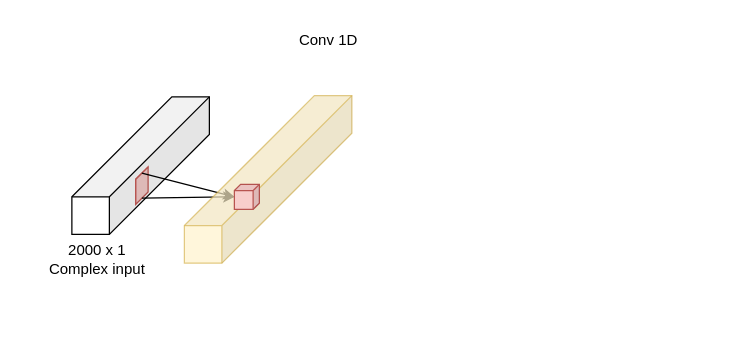
Earlier version of the draw.io diagram Examples/img/CVNN.drawio (mkashani-phd/BLEWBAN_Dataset). Source tidied: cells renumbered, new cells numbered last; positions are measured from the earlier drawing's top-left corner, leaving out a move shared by most shapes. Both pictures are drawn from the tidied source at 125%, with x=0, y=0 at pixel (34, 21).
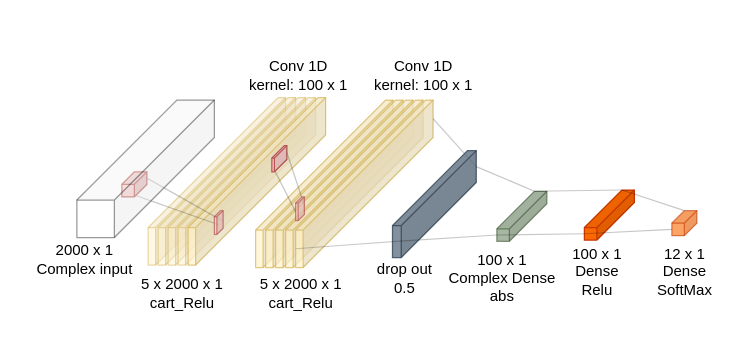
The same diagram, later.

The edit, as a diff of the source:
```diff
@@
-    <mxCell id="2" style="shape=cube;whiteSpace=wrap;html=1;boundedLbl=1;backgroundOutline=1;darkOpacity=0.05;darkOpacity2=0.1;size=80;rotation=0;flipV=0;flipH=1;" parent="1" vertex="1">
-      <mxGeometry x="30" y="60" width="110" height="110" as="geometry" />
-    </mxCell>
     <mxCell id="3" value="2000 x 1&lt;br&gt;Complex input" style="text;html=1;align=center;verticalAlign=middle;strokeColor=none;fillColor=none;" parent="1" vertex="1">
-      <mxGeometry y="170" width="100" height="40" as="geometry" />
+      <mxGeometry x="-10" y="170" width="100" height="40" as="geometry" />
     </mxCell>
-    <mxCell id="4" style="shape=cube;whiteSpace=wrap;html=1;boundedLbl=1;backgroundOutline=1;darkOpacity=0.05;darkOpacity2=0.1;size=10;rotation=0;flipV=0;flipH=1;fillColor=#f8cecc;strokeColor=#b85450;" parent="1" vertex="1">
-      <mxGeometry x="81" y="116" width="10" height="30" as="geometry" />
-    </mxCell>
-    <mxCell id="5" value="Conv 1D" style="text;html=1;align=center;verticalAlign=middle;strokeColor=none;fillColor=none;" parent="1" vertex="1">
-      <mxGeometry x="200" width="70" height="30" as="geometry" />
+    <mxCell id="5" value="Conv 1D&lt;br&gt;kernel: 100 x 1&lt;br&gt;" style="text;html=1;align=center;verticalAlign=middle;strokeColor=none;fillColor=none;" parent="1" vertex="1">
+      <mxGeometry x="161" y="22.5" width="100" height="40" as="geometry" />
     </mxCell>
-    <mxCell id="6" style="edgeStyle=none;rounded=0;jettySize=auto;html=1;exitX=0;exitY=0;exitDx=5;exitDy=5;exitPerimeter=0;" parent="1" edge="1" source="4">
-      <mxGeometry relative="1" as="geometry">
-        <mxPoint x="160" y="140" as="targetPoint" />
-      </mxGeometry>
-    </mxCell>
-    <mxCell id="7" style="edgeStyle=none;rounded=0;orthogonalLoop=1;jettySize=auto;html=1;exitX=0;exitY=0;exitDx=5;exitDy=25;exitPerimeter=0;" parent="1" edge="1">
-      <mxGeometry relative="1" as="geometry">
-        <mxPoint x="86" y="141" as="sourcePoint" />
-        <mxPoint x="160" y="140" as="targetPoint" />
-      </mxGeometry>
-    </mxCell>
-    <mxCell id="8" style="shape=cube;whiteSpace=wrap;html=1;boundedLbl=1;backgroundOutline=1;darkOpacity=0.05;darkOpacity2=0.1;size=104;rotation=0;flipV=0;flipH=1;fillColor=#fff2cc;strokeColor=#d6b656;opacity=70;" parent="1" vertex="1">
-      <mxGeometry x="120" y="59" width="134" height="134" as="geometry" />
+    <mxCell id="8" style="shape=cube;whiteSpace=wrap;html=1;boundedLbl=1;backgroundOutline=1;darkOpacity=0.05;darkOpacity2=0.1;size=104;rotation=0;flipV=0;flipH=1;fillColor=#fff2cc;strokeColor=#d6b656;opacity=50;" parent="1" vertex="1">
+      <mxGeometry x="91" y="60.5" width="110" height="134" as="geometry" />
     </mxCell>
-    <mxCell id="9" style="shape=cube;whiteSpace=wrap;html=1;boundedLbl=1;backgroundOutline=1;darkOpacity=0.05;darkOpacity2=0.1;size=5;rotation=0;flipV=0;flipH=1;fillColor=#f8cecc;strokeColor=#b85450;" parent="1" vertex="1">
-      <mxGeometry x="160" y="130" width="20" height="20" as="geometry" />
-    </mxCell>
+    <mxCell id="10" style="shape=cube;whiteSpace=wrap;html=1;boundedLbl=1;backgroundOutline=1;darkOpacity=0.05;darkOpacity2=0.1;size=104;rotation=0;flipV=0;flipH=1;fillColor=#fff2cc;strokeColor=#d6b656;opacity=50;" parent="1" vertex="1">
+      <mxGeometry x="99" y="60.5" width="110" height="134" as="geometry" />
+    </mxCell>
+    <mxCell id="11" style="shape=cube;whiteSpace=wrap;html=1;boundedLbl=1;backgroundOutline=1;darkOpacity=0.05;darkOpacity2=0.1;size=104;rotation=0;flipV=0;flipH=1;fillColor=#fff2cc;strokeColor=#d6b656;opacity=50;" parent="1" vertex="1">
+      <mxGeometry x="107" y="60.5" width="110" height="134" as="geometry" />
+    </mxCell>
+    <mxCell id="12" style="shape=cube;whiteSpace=wrap;html=1;boundedLbl=1;backgroundOutline=1;darkOpacity=0.05;darkOpacity2=0.1;size=104;rotation=0;flipV=0;flipH=1;fillColor=#fff2cc;strokeColor=#d6b656;opacity=50;" parent="1" vertex="1">
+      <mxGeometry x="115" y="60.5" width="110" height="134" as="geometry" />
+    </mxCell>
+    <mxCell id="13" style="shape=cube;whiteSpace=wrap;html=1;boundedLbl=1;backgroundOutline=1;darkOpacity=0.05;darkOpacity2=0.1;size=104;rotation=0;flipV=0;flipH=1;fillColor=#fff2cc;strokeColor=#d6b656;opacity=70;" parent="1" vertex="1">
+      <mxGeometry x="123" y="60.5" width="110" height="134" as="geometry" />
+    </mxCell>
+    <mxCell id="14" style="edgeStyle=none;rounded=0;jettySize=auto;html=1;entryX=0;entryY=0;entryDx=0;entryDy=8.5;entryPerimeter=0;endArrow=none;endFill=0;exitX=0;exitY=0;exitDx=0;exitDy=5;exitPerimeter=0;opacity=22;" parent="1" edge="1" target="16">
+      <mxGeometry relative="1" as="geometry">
+        <mxPoint x="90" y="125" as="sourcePoint" />
+      </mxGeometry>
+    </mxCell>
+    <mxCell id="15" style="rounded=0;jettySize=auto;html=1;exitX=0;exitY=0;exitDx=20;exitDy=15;exitPerimeter=0;entryX=0;entryY=0;entryDx=3;entryDy=11.5;entryPerimeter=0;endArrow=none;endFill=0;opacity=22;" parent="1" edge="1" target="16">
+      <mxGeometry relative="1" as="geometry">
+        <mxPoint x="70" y="135" as="sourcePoint" />
+      </mxGeometry>
+    </mxCell>
+    <mxCell id="16" style="shape=cube;whiteSpace=wrap;html=1;boundedLbl=1;backgroundOutline=1;darkOpacity=0.05;darkOpacity2=0.1;size=5;rotation=0;flipV=0;flipH=1;fillColor=#f8cecc;strokeColor=#b85450;opacity=70;" parent="1" vertex="1">
+      <mxGeometry x="144" y="151" width="7" height="19" as="geometry" />
+    </mxCell>
+    <mxCell id="17" value="5 x 2000 x 1&lt;br&gt;cart_Relu" style="text;html=1;align=center;verticalAlign=middle;strokeColor=none;fillColor=none;" parent="1" vertex="1">
+      <mxGeometry x="73" y="196.5" width="90" height="40" as="geometry" />
+    </mxCell>
+    <mxCell id="18" value="Conv 1D&lt;br&gt;kernel: 100 x 1" style="text;html=1;align=center;verticalAlign=middle;strokeColor=none;fillColor=none;" parent="1" vertex="1">
+      <mxGeometry x="261" y="22.5" width="100" height="40" as="geometry" />
+    </mxCell>
+    <mxCell id="19" style="shape=cube;whiteSpace=wrap;html=1;boundedLbl=1;backgroundOutline=1;darkOpacity=0.05;darkOpacity2=0.1;size=104;rotation=0;flipV=0;flipH=1;fillColor=#fff2cc;strokeColor=#d6b656;opacity=70;" parent="1" vertex="1">
+      <mxGeometry x="177" y="62.5" width="110" height="134" as="geometry" />
+    </mxCell>
+    <mxCell id="20" style="shape=cube;whiteSpace=wrap;html=1;boundedLbl=1;backgroundOutline=1;darkOpacity=0.05;darkOpacity2=0.1;size=104;rotation=0;flipV=0;flipH=1;fillColor=#fff2cc;strokeColor=#d6b656;opacity=70;" parent="1" vertex="1">
+      <mxGeometry x="185" y="62.5" width="110" height="134" as="geometry" />
+    </mxCell>
+    <mxCell id="21" style="shape=cube;whiteSpace=wrap;html=1;boundedLbl=1;backgroundOutline=1;darkOpacity=0.05;darkOpacity2=0.1;size=104;rotation=0;flipV=0;flipH=1;fillColor=#fff2cc;strokeColor=#d6b656;opacity=70;" parent="1" vertex="1">
+      <mxGeometry x="193" y="62.5" width="110" height="134" as="geometry" />
+    </mxCell>
+    <mxCell id="22" style="shape=cube;whiteSpace=wrap;html=1;boundedLbl=1;backgroundOutline=1;darkOpacity=0.05;darkOpacity2=0.1;size=104;rotation=0;flipV=0;flipH=1;fillColor=#fff2cc;strokeColor=#d6b656;opacity=70;" parent="1" vertex="1">
+      <mxGeometry x="201" y="62.5" width="110" height="134" as="geometry" />
+    </mxCell>
+    <mxCell id="23" style="shape=cube;whiteSpace=wrap;html=1;boundedLbl=1;backgroundOutline=1;darkOpacity=0.05;darkOpacity2=0.1;size=104;rotation=0;flipV=0;flipH=1;fillColor=#fff2cc;strokeColor=#d6b656;opacity=70;" parent="1" vertex="1">
+      <mxGeometry x="209" y="62.5" width="110" height="134" as="geometry" />
+    </mxCell>
+    <mxCell id="24" style="rounded=0;jettySize=auto;html=1;exitX=0;exitY=0;exitDx=12;exitDy=15.5;exitPerimeter=0;entryX=0;entryY=0;entryDx=7;entryDy=12;entryPerimeter=0;endArrow=none;endFill=0;opacity=22;" parent="1" edge="1" source="27" target="28">
+      <mxGeometry relative="1" as="geometry" />
+    </mxCell>
+    <mxCell id="25" style="edgeStyle=none;rounded=0;jettySize=auto;html=1;exitX=0;exitY=0;exitDx=0;exitDy=5.5;exitPerimeter=0;entryX=0;entryY=0;entryDx=0;entryDy=7;entryPerimeter=0;endArrow=none;endFill=0;opacity=22;" parent="1" edge="1" source="27" target="28">
+      <mxGeometry relative="1" as="geometry" />
+    </mxCell>
+    <mxCell id="26" value="5 x 2000 x 1&lt;br&gt;cart_Relu" style="text;html=1;align=center;verticalAlign=middle;strokeColor=none;fillColor=none;" parent="1" vertex="1">
+      <mxGeometry x="167.5" y="196.5" width="90" height="40" as="geometry" />
+    </mxCell>
+    <mxCell id="27" style="shape=cube;whiteSpace=wrap;html=1;boundedLbl=1;backgroundOutline=1;darkOpacity=0.05;darkOpacity2=0.1;size=10;rotation=0;flipV=0;flipH=1;fillColor=#f8cecc;strokeColor=#b85450;" parent="1" vertex="1">
+      <mxGeometry x="190" y="99" width="12" height="21" as="geometry" />
+    </mxCell>
+    <mxCell id="28" style="shape=cube;whiteSpace=wrap;html=1;boundedLbl=1;backgroundOutline=1;darkOpacity=0.05;darkOpacity2=0.1;size=5;rotation=0;flipV=0;flipH=1;fillColor=#f8cecc;strokeColor=#b85450;opacity=70;" parent="1" vertex="1">
+      <mxGeometry x="209" y="140" width="7" height="19" as="geometry" />
+    </mxCell>
+    <mxCell id="29" value="drop out&lt;br&gt;0.5" style="text;html=1;align=center;verticalAlign=middle;strokeColor=none;fillColor=none;" parent="1" vertex="1">
+      <mxGeometry x="261" y="184.5" width="70" height="40" as="geometry" />
+    </mxCell>
+    <mxCell id="30" style="edgeStyle=none;rounded=0;jettySize=auto;html=1;exitX=0;exitY=0;exitDx=0;exitDy=15;exitPerimeter=0;entryX=0;entryY=0;entryDx=0;entryDy=12.75;entryPerimeter=0;endArrow=none;endFill=0;opacity=20;" parent="1" edge="1" source="23" target="32">
+      <mxGeometry relative="1" as="geometry" />
+    </mxCell>
+    <mxCell id="31" style="edgeStyle=none;rounded=0;jettySize=auto;html=1;exitX=0;exitY=0;exitDx=110;exitDy=119;exitPerimeter=0;entryX=0;entryY=0;entryDx=67;entryDy=72.75;entryPerimeter=0;endArrow=none;endFill=0;opacity=20;" parent="1" edge="1" source="23" target="32">
+      <mxGeometry relative="1" as="geometry" />
+    </mxCell>
+    <mxCell id="32" value="&amp;nbsp;" style="shape=cube;whiteSpace=wrap;html=1;boundedLbl=1;backgroundOutline=1;darkOpacity=0.05;darkOpacity2=0.1;size=60;rotation=0;flipV=0;flipH=1;fillColor=#647687;strokeColor=#314354;fontColor=#ffffff;opacity=80;" parent="1" vertex="1">
+      <mxGeometry x="286.5" y="103" width="67" height="85.5" as="geometry" />
+    </mxCell>
+    <mxCell id="33" style="shape=cube;whiteSpace=wrap;html=1;boundedLbl=1;backgroundOutline=1;darkOpacity=0.05;darkOpacity2=0.1;size=30;rotation=0;flipV=0;flipH=1;opacity=60;fillColor=#6d8764;fontColor=#ffffff;strokeColor=#3A5431;" parent="1" vertex="1">
+      <mxGeometry x="370" y="135.5" width="40" height="40" as="geometry" />
+    </mxCell>
+    <mxCell id="34" style="shape=cube;whiteSpace=wrap;html=1;boundedLbl=1;backgroundOutline=1;darkOpacity=0.05;darkOpacity2=0.1;size=10;rotation=0;flipV=0;flipH=1;fillColor=#f8cecc;strokeColor=#b85450;opacity=95;" parent="1" vertex="1">
+      <mxGeometry x="70" y="120" width="20" height="20" as="geometry" />
+    </mxCell>
+    <mxCell id="35" style="shape=cube;whiteSpace=wrap;html=1;boundedLbl=1;backgroundOutline=1;darkOpacity=0.05;darkOpacity2=0.1;size=80;rotation=0;flipV=0;flipH=1;opacity=40;" parent="1" vertex="1">
+      <mxGeometry x="34" y="62.5" width="110" height="110" as="geometry" />
+    </mxCell>
+    <mxCell id="36" style="edgeStyle=none;rounded=0;jettySize=auto;html=1;exitX=0;exitY=0;exitDx=0;exitDy=12.75;exitPerimeter=0;entryX=0;entryY=0;entryDx=10;entryDy=0;entryPerimeter=0;endArrow=none;endFill=0;opacity=22;" parent="1" edge="1" source="32" target="33">
+      <mxGeometry relative="1" as="geometry" />
+    </mxCell>
+    <mxCell id="37" style="edgeStyle=none;rounded=0;jettySize=auto;html=1;exitX=0;exitY=0;exitDx=67;exitDy=72.75;exitPerimeter=0;entryX=0;entryY=0;entryDx=40;entryDy=35;entryPerimeter=0;endArrow=none;endFill=0;opacity=22;" parent="1" edge="1" source="32" target="33">
+      <mxGeometry relative="1" as="geometry" />
+    </mxCell>
+    <mxCell id="38" value="100 x 1&lt;br&gt;Complex Dense&lt;br&gt;abs" style="text;html=1;align=center;verticalAlign=middle;strokeColor=none;fillColor=none;" parent="1" vertex="1">
+      <mxGeometry x="319" y="174.5" width="110" height="60" as="geometry" />
+    </mxCell>
+    <mxCell id="39" value="100 x 1&lt;br&gt;Dense&lt;br&gt;Relu" style="text;html=1;align=center;verticalAlign=middle;strokeColor=none;fillColor=none;" parent="1" vertex="1">
+      <mxGeometry x="420" y="170" width="60" height="60" as="geometry" />
+    </mxCell>
+    <mxCell id="40" style="shape=cube;whiteSpace=wrap;html=1;boundedLbl=1;backgroundOutline=1;darkOpacity=0.05;darkOpacity2=0.1;size=10;rotation=0;flipV=0;flipH=1;opacity=60;fillColor=#fa6800;fontColor=#000000;strokeColor=#C73500;" parent="1" vertex="1">
+      <mxGeometry x="510" y="151" width="20" height="20" as="geometry" />
+    </mxCell>
+    <mxCell id="41" style="edgeStyle=none;rounded=0;jettySize=auto;html=1;exitX=0;exitY=0;exitDx=10;exitDy=0;exitPerimeter=0;entryX=0;entryY=0;entryDx=10;entryDy=0;entryPerimeter=0;endArrow=none;endFill=0;opacity=22;" parent="1" edge="1" source="33" target="42">
+      <mxGeometry relative="1" as="geometry" />
+    </mxCell>
+    <mxCell id="42" style="shape=cube;whiteSpace=wrap;html=1;boundedLbl=1;backgroundOutline=1;darkOpacity=0.05;darkOpacity2=0.1;size=30;rotation=0;flipV=0;flipH=1;fillColor=#fa6800;fontColor=#000000;strokeColor=#C73500;" parent="1" vertex="1">
+      <mxGeometry x="440" y="134.5" width="40" height="40" as="geometry" />
+    </mxCell>
+    <mxCell id="43" style="edgeStyle=none;rounded=0;jettySize=auto;html=1;exitX=0;exitY=0;exitDx=40;exitDy=35;exitPerimeter=0;entryX=0;entryY=0;entryDx=40;entryDy=35;entryPerimeter=0;endArrow=none;endFill=0;opacity=22;" parent="1" edge="1" source="33" target="42">
+      <mxGeometry relative="1" as="geometry" />
+    </mxCell>
+    <mxCell id="44" value="12 x 1&lt;br&gt;Dense&lt;br&gt;SoftMax" style="text;html=1;align=center;verticalAlign=middle;strokeColor=none;fillColor=none;" parent="1" vertex="1">
+      <mxGeometry x="485" y="170" width="70" height="60" as="geometry" />
+    </mxCell>
+    <mxCell id="45" style="rounded=0;jettySize=auto;html=1;exitX=0;exitY=0;exitDx=40;exitDy=35;exitPerimeter=0;entryX=0;entryY=0;entryDx=20;entryDy=15;entryPerimeter=0;endArrow=none;endFill=0;opacity=22;" parent="1" edge="1" source="42" target="40">
+      <mxGeometry relative="1" as="geometry" />
+    </mxCell>
+    <mxCell id="46" style="edgeStyle=none;rounded=0;jettySize=auto;html=1;exitX=0;exitY=0;exitDx=10;exitDy=0;exitPerimeter=0;entryX=0;entryY=0;entryDx=10;entryDy=0;entryPerimeter=0;endArrow=none;endFill=0;opacity=22;" parent="1" edge="1" source="42" target="40">
+      <mxGeometry relative="1" as="geometry" />
+    </mxCell>
```
